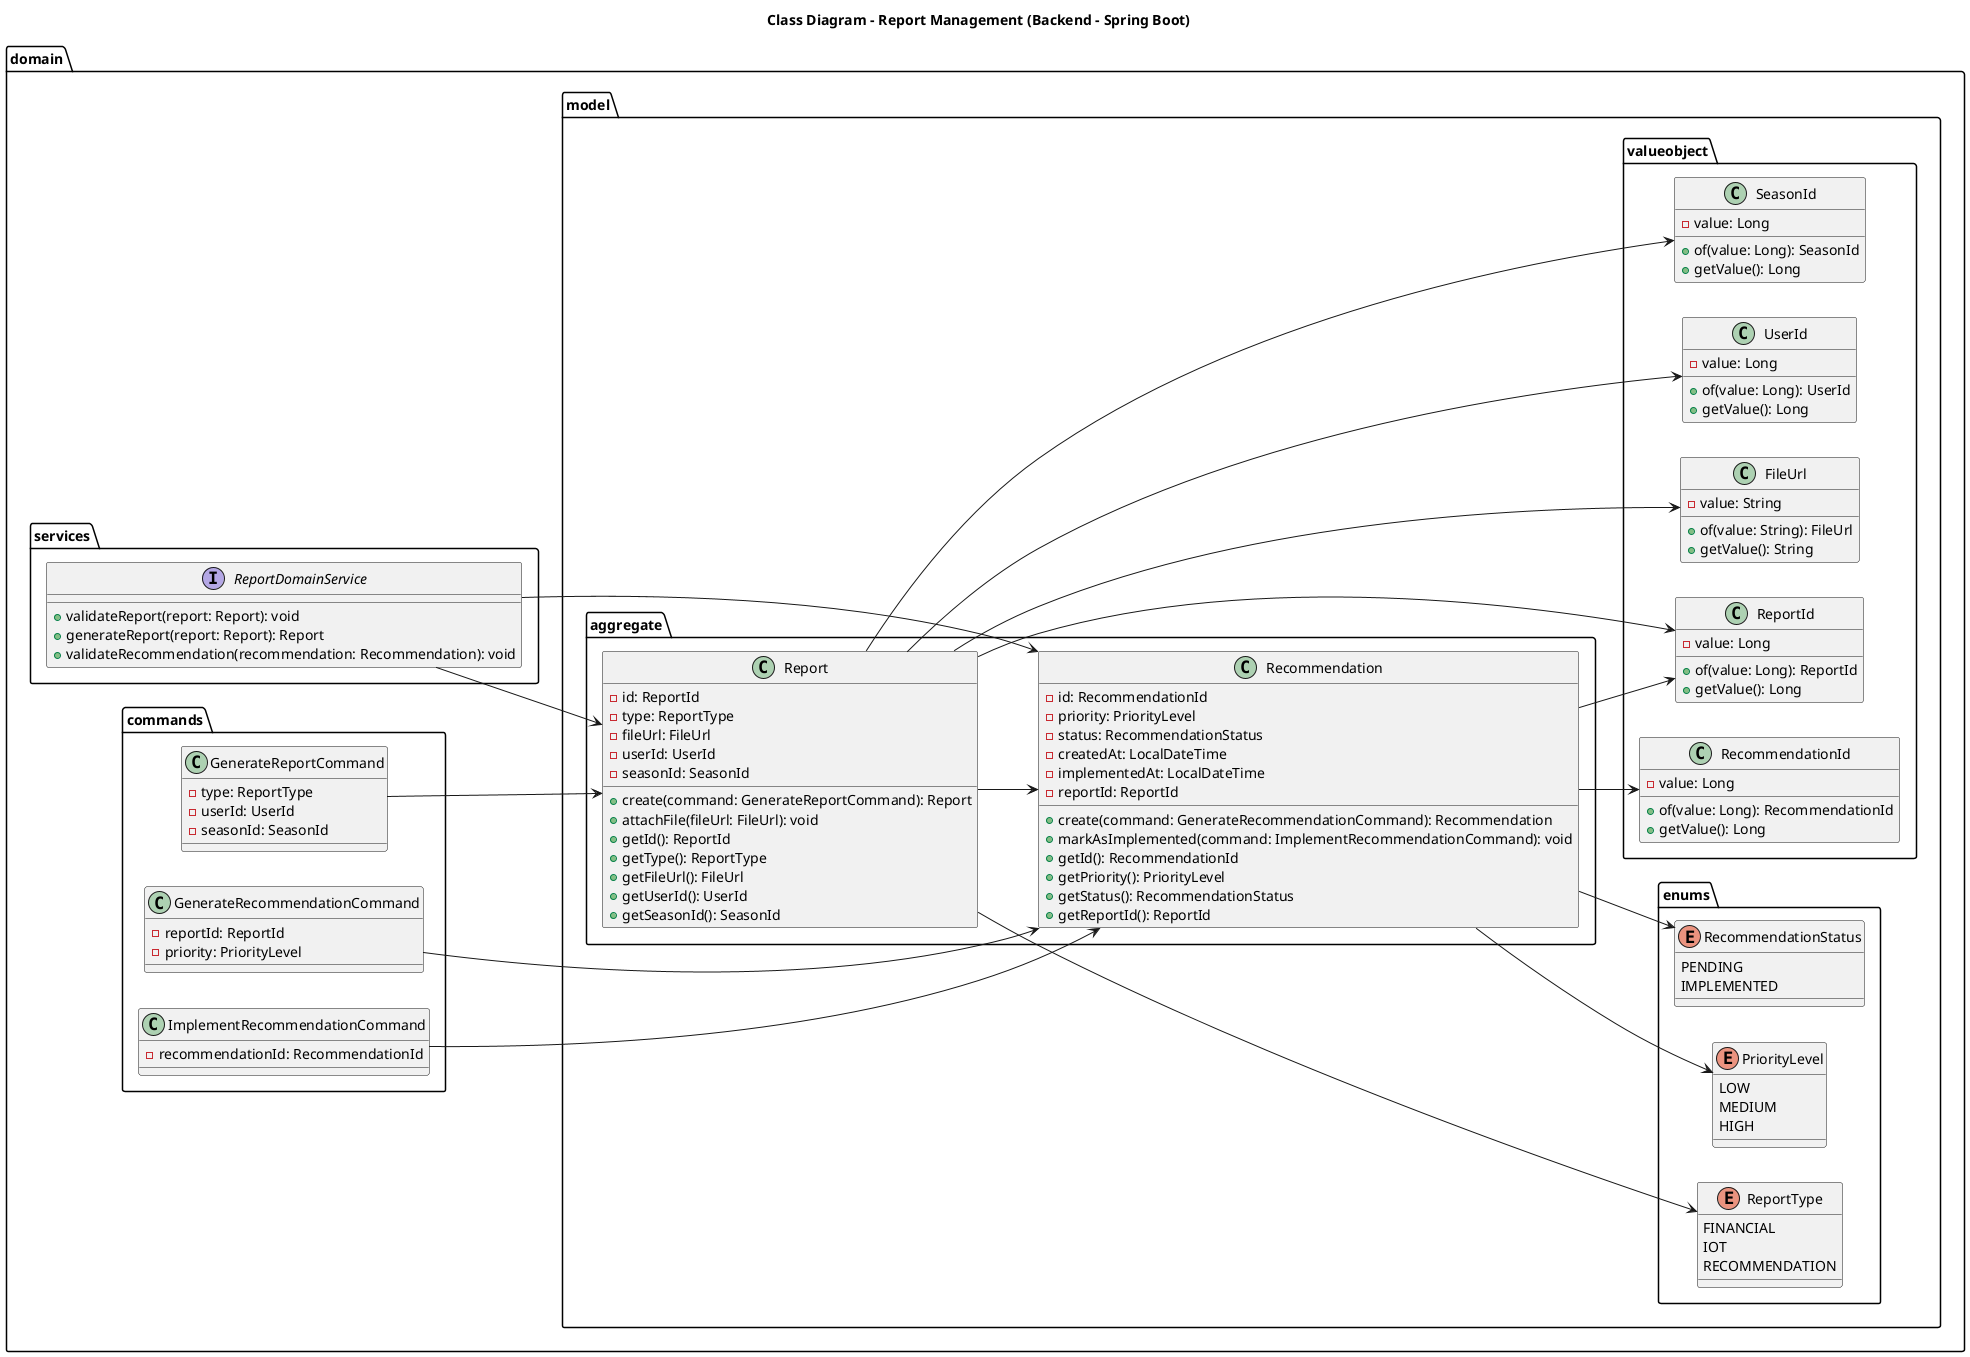
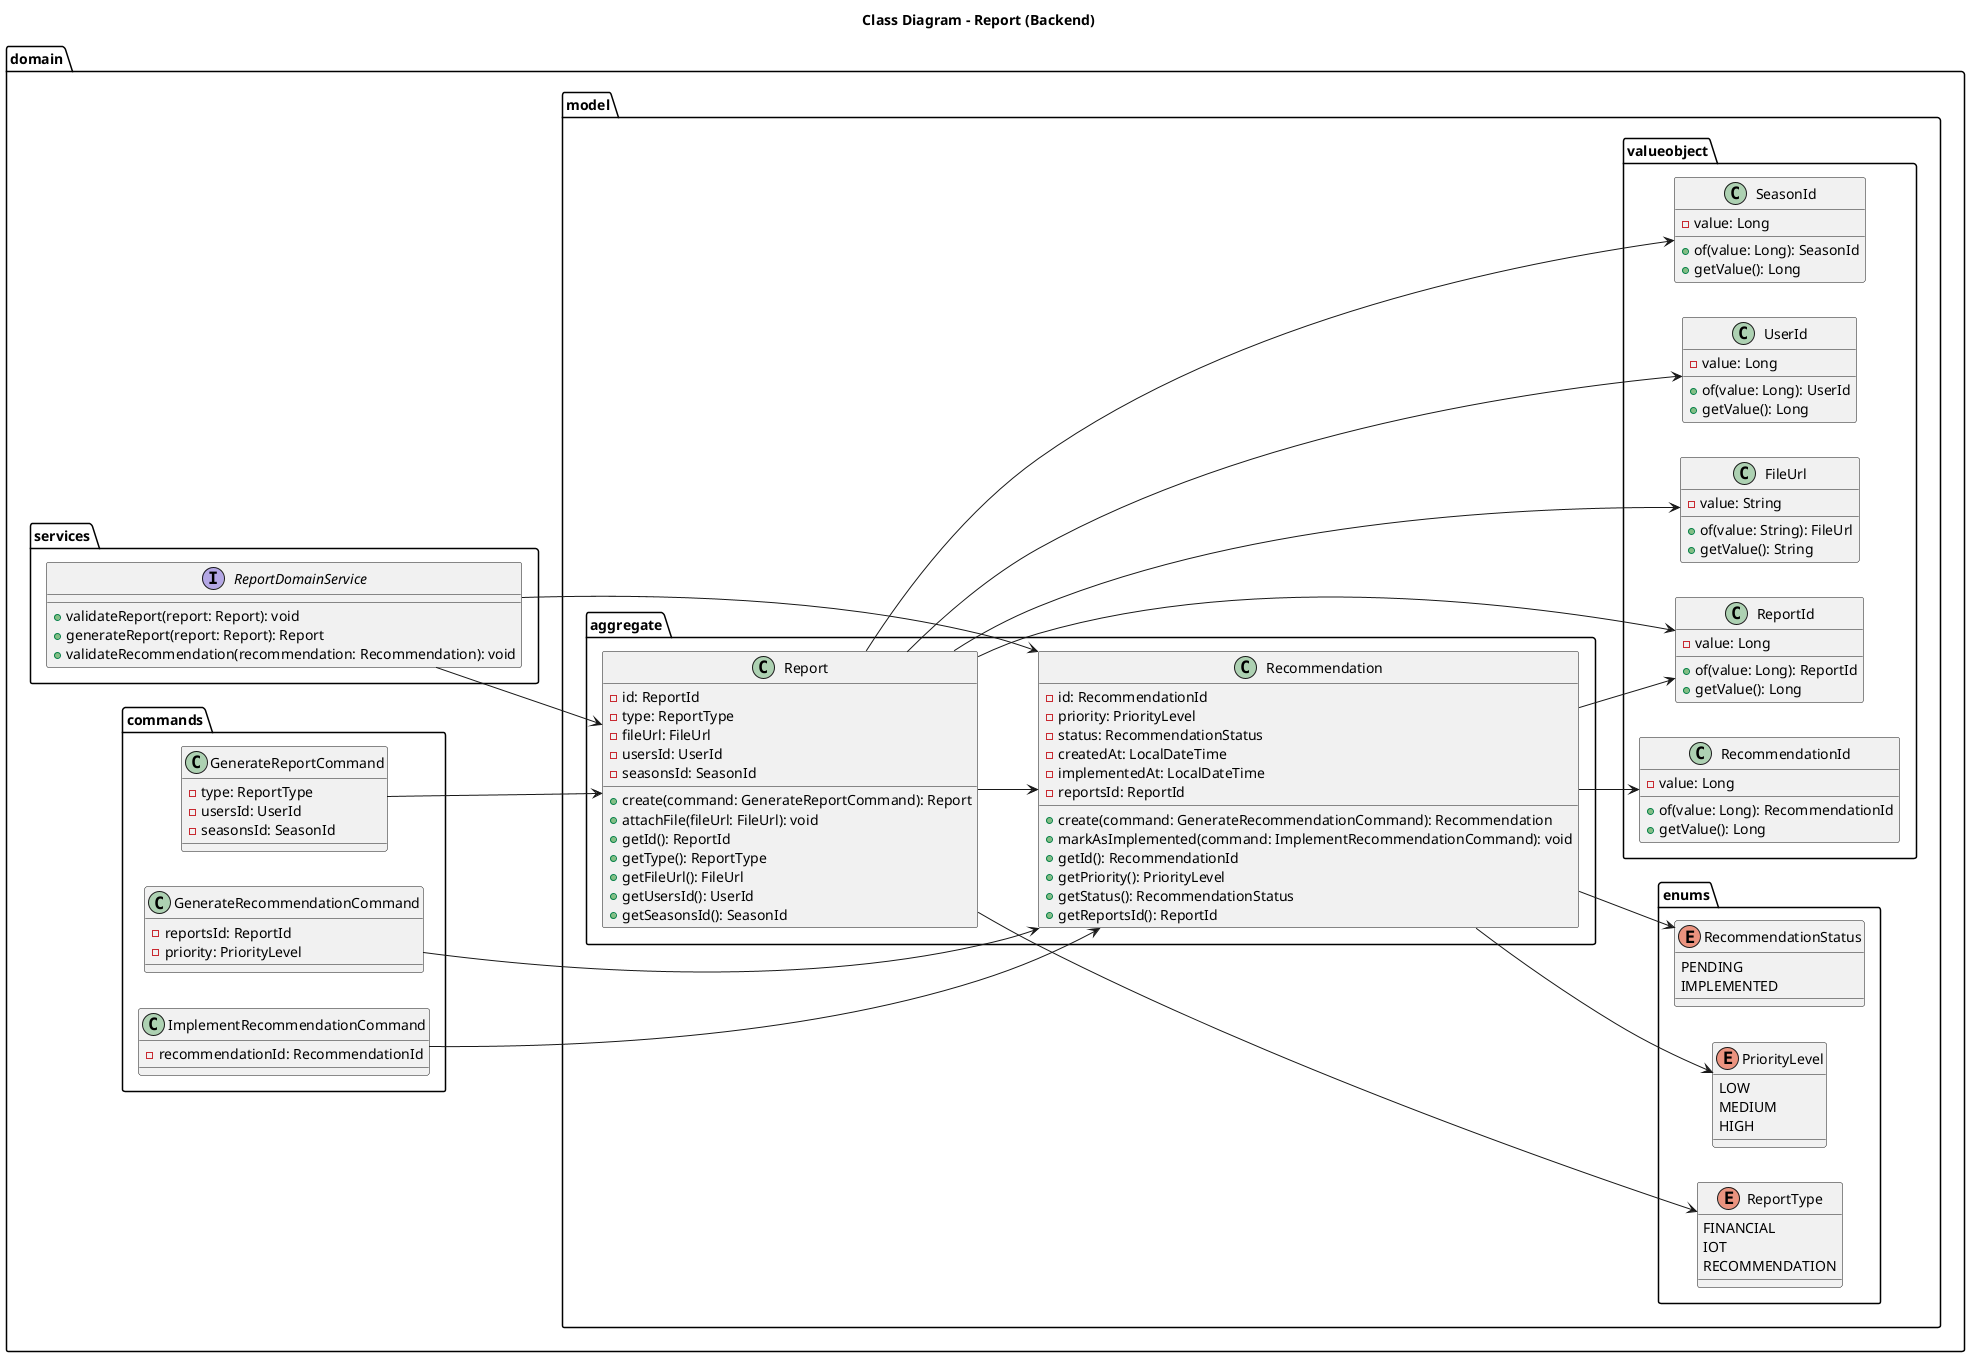
@startuml

left to right direction

- title Class Diagram - Report Management (Backend - Spring Boot)
+ title Class Diagram - Report (Backend)

package "domain" {

  package "services" {
    interface ReportDomainService {
      +validateReport(report: Report): void
      +generateReport(report: Report): Report
      +validateRecommendation(recommendation: Recommendation): void
    }
  }

  package "model" {

    package "aggregate" {
+ 
      class Report {
        -id: ReportId
        -type: ReportType
        -fileUrl: FileUrl
-         -userId: UserId
-         -seasonId: SeasonId
+         -usersId: UserId
+         -seasonsId: SeasonId

        +create(command: GenerateReportCommand): Report
        +attachFile(fileUrl: FileUrl): void
        +getId(): ReportId
        +getType(): ReportType
        +getFileUrl(): FileUrl
-         +getUserId(): UserId
-         +getSeasonId(): SeasonId
+         +getUsersId(): UserId
+         +getSeasonsId(): SeasonId
      }

      class Recommendation {
        -id: RecommendationId
        -priority: PriorityLevel
        -status: RecommendationStatus
        -createdAt: LocalDateTime
        -implementedAt: LocalDateTime
-         -reportId: ReportId
+         -reportsId: ReportId

        +create(command: GenerateRecommendationCommand): Recommendation
        +markAsImplemented(command: ImplementRecommendationCommand): void
        +getId(): RecommendationId
        +getPriority(): PriorityLevel
        +getStatus(): RecommendationStatus
-         +getReportId(): ReportId
+         +getReportsId(): ReportId
      }
+ 
    }

    package "enums" {
+ 
      enum ReportType {
        FINANCIAL
        IOT
        RECOMMENDATION
      }

      enum PriorityLevel {
        LOW
        MEDIUM
        HIGH
      }

      enum RecommendationStatus {
        PENDING
        IMPLEMENTED
      }
+ 
    }

    package "valueobject" {
+ 
      class ReportId {
        -value: Long
        +of(value: Long): ReportId
        +getValue(): Long
      }

      class RecommendationId {
        -value: Long
        +of(value: Long): RecommendationId
        +getValue(): Long
      }

      class UserId {
        -value: Long
        +of(value: Long): UserId
        +getValue(): Long
      }

      class SeasonId {
        -value: Long
        +of(value: Long): SeasonId
        +getValue(): Long
      }

      class FileUrl {
        -value: String
        +of(value: String): FileUrl
        +getValue(): String
      }
+ 
    }
+ 
  }

  package "commands" {
+ 
    class GenerateReportCommand {
      -type: ReportType
-       -userId: UserId
-       -seasonId: SeasonId
+       -usersId: UserId
+       -seasonsId: SeasonId
    }

    class GenerateRecommendationCommand {
-       -reportId: ReportId
+       -reportsId: ReportId
      -priority: PriorityLevel
    }

    class ImplementRecommendationCommand {
      -recommendationId: RecommendationId
    }
+ 
  }
+ 
}

ReportDomainService --> Report
ReportDomainService --> Recommendation

Report --> ReportId
Report --> ReportType
Report --> FileUrl
Report --> UserId
Report --> SeasonId

Recommendation --> RecommendationId
Recommendation --> PriorityLevel
Recommendation --> RecommendationStatus
Recommendation --> ReportId

Report --> Recommendation

GenerateReportCommand --> Report
GenerateRecommendationCommand --> Recommendation
ImplementRecommendationCommand --> Recommendation

@enduml